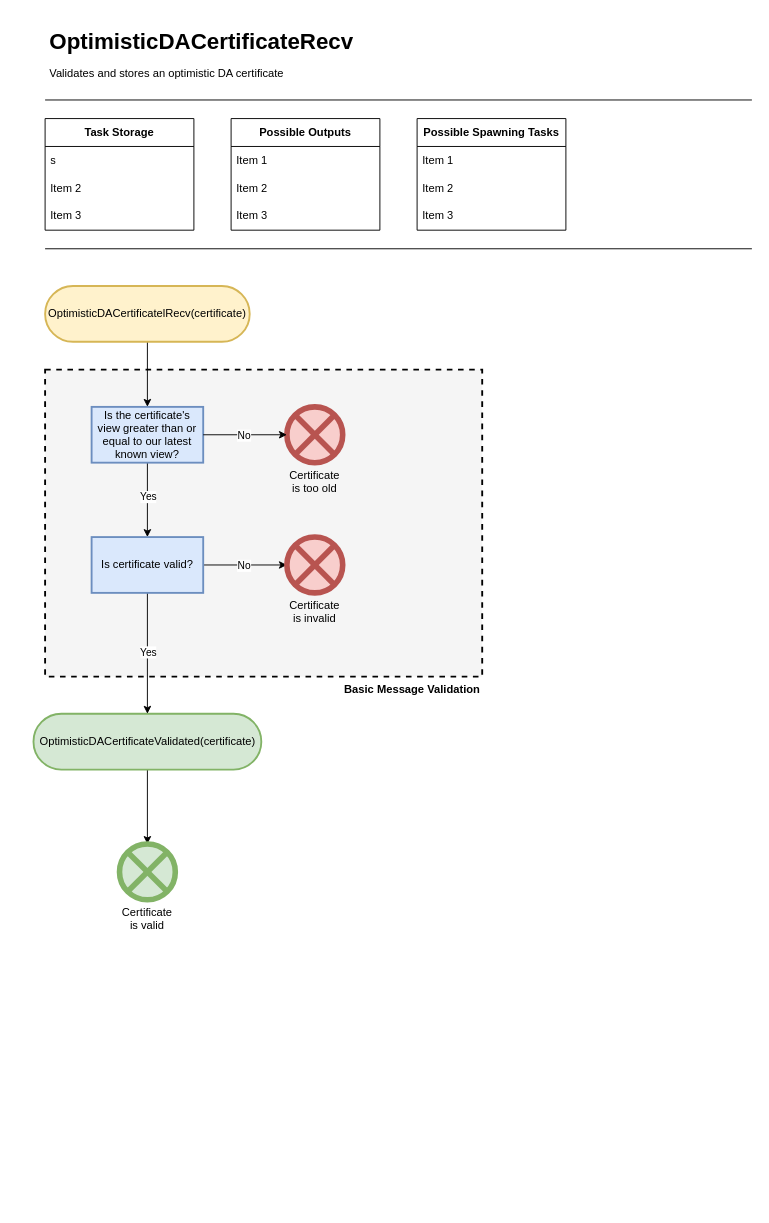
EspressoSystems/HotShot keeps this draw.io diagram as page "OptimisticDACertificateRecv" (4 of 7) of docs/diagrams/HotShotFlow.drawio. Above is the earlier version. Source tidied: cells renumbered, new cells numbered last; positions are measured from the earlier drawing's top-left corner, leaving out a move shared by most shapes. Both pictures are drawn from the tidied source at 93%, with x=0, y=0 at pixel (33, 25).
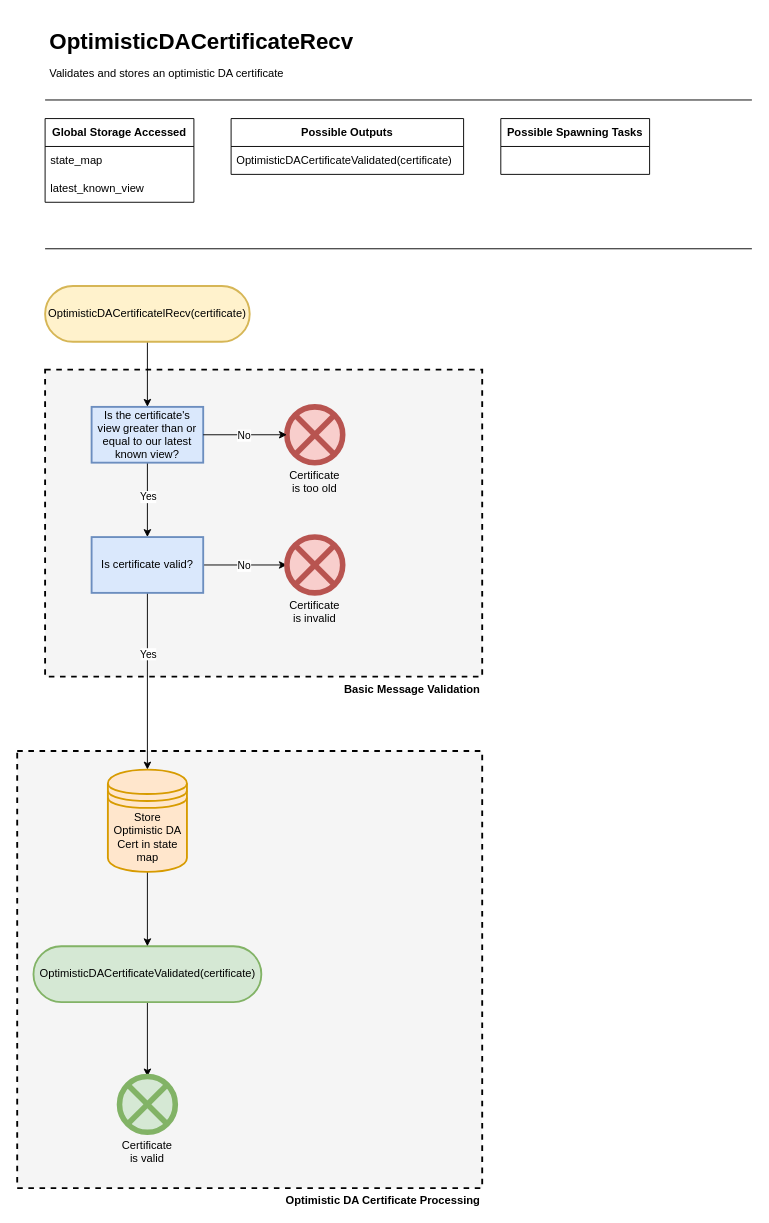
The same diagram, later.

The change refers to these unchanged cells:
```xml
<mxCell id="32" value="Is certificate valid?" style="whiteSpace=wrap;html=1;rounded=0;fillColor=#dae8fc;strokeColor=#6c8ebf;strokeWidth=2;" parent="1" vertex="1">
  <mxGeometry x="62" y="550" width="120" height="60" as="geometry" />
</mxCell>
```

Change to the diagram source:
```diff
@@
+    <mxCell id="41" value="&lt;b&gt;Optimistic DA Certificate Processing&lt;/b&gt;" style="rounded=0;whiteSpace=wrap;html=1;labelPosition=center;verticalLabelPosition=bottom;align=right;verticalAlign=top;dashed=1;strokeWidth=2;fillColor=#F5F5F5;" parent="1" vertex="1">
+      <mxGeometry x="-18" y="780" width="500" height="470" as="geometry" />
+    </mxCell>
@@
-    <mxCell id="5" value="&lt;b&gt;Task Storage&lt;/b&gt;" style="swimlane;fontStyle=0;horizontal=1;startSize=30;whiteSpace=wrap;html=1;" parent="1" vertex="1">
-      <mxGeometry x="12" y="100" width="160" height="120" as="geometry" />
+    <mxCell id="5" value="&lt;b style=&quot;border-color: var(--border-color);&quot;&gt;Global Storage Accessed&lt;/b&gt;" style="swimlane;fontStyle=0;horizontal=1;startSize=30;whiteSpace=wrap;html=1;" parent="1" vertex="1">
+      <mxGeometry x="12" y="100" width="160" height="90" as="geometry" />
     </mxCell>
-    <mxCell id="6" value="s" style="text;strokeColor=none;fillColor=none;align=left;verticalAlign=middle;spacingLeft=4;spacingRight=4;overflow=hidden;whiteSpace=wrap;html=1;" parent="5" vertex="1">
+    <mxCell id="6" value="state_map" style="text;strokeColor=none;fillColor=none;align=left;verticalAlign=middle;spacingLeft=4;spacingRight=4;overflow=hidden;whiteSpace=wrap;html=1;" parent="5" vertex="1">
       <mxGeometry y="30" width="160" height="30" as="geometry" />
     </mxCell>
-    <mxCell id="7" value="Item 2" style="text;strokeColor=none;fillColor=none;align=left;verticalAlign=middle;spacingLeft=4;spacingRight=4;overflow=hidden;whiteSpace=wrap;html=1;" parent="5" vertex="1">
+    <mxCell id="7" value="latest_known_view" style="text;strokeColor=none;fillColor=none;align=left;verticalAlign=middle;spacingLeft=4;spacingRight=4;overflow=hidden;whiteSpace=wrap;html=1;" parent="5" vertex="1">
       <mxGeometry y="60" width="160" height="30" as="geometry" />
     </mxCell>
-    <mxCell id="8" value="Item 3" style="text;strokeColor=none;fillColor=none;align=left;verticalAlign=middle;spacingLeft=4;spacingRight=4;overflow=hidden;whiteSpace=wrap;html=1;" parent="5" vertex="1">
-      <mxGeometry y="90" width="160" height="30" as="geometry" />
-    </mxCell>
     <mxCell id="9" value="&lt;b&gt;Possible Outputs&lt;/b&gt;" style="swimlane;fontStyle=0;horizontal=1;startSize=30;whiteSpace=wrap;html=1;" parent="1" vertex="1">
-      <mxGeometry x="212" y="100" width="160" height="120" as="geometry" />
+      <mxGeometry x="212" y="100" width="250" height="60" as="geometry" />
     </mxCell>
-    <mxCell id="10" value="Item 1" style="text;strokeColor=none;fillColor=none;align=left;verticalAlign=middle;spacingLeft=4;spacingRight=4;overflow=hidden;whiteSpace=wrap;html=1;" parent="9" vertex="1">
-      <mxGeometry y="30" width="160" height="30" as="geometry" />
+    <mxCell id="10" value="OptimisticDACertificateValidated(certificate)" style="text;strokeColor=none;fillColor=none;align=left;verticalAlign=middle;spacingLeft=4;spacingRight=4;overflow=hidden;whiteSpace=wrap;html=1;" parent="9" vertex="1">
+      <mxGeometry y="30" width="250" height="30" as="geometry" />
     </mxCell>
-    <mxCell id="11" value="Item 2" style="text;strokeColor=none;fillColor=none;align=left;verticalAlign=middle;spacingLeft=4;spacingRight=4;overflow=hidden;whiteSpace=wrap;html=1;" parent="9" vertex="1">
-      <mxGeometry y="60" width="160" height="30" as="geometry" />
-    </mxCell>
-    <mxCell id="12" value="Item 3" style="text;strokeColor=none;fillColor=none;align=left;verticalAlign=middle;spacingLeft=4;spacingRight=4;overflow=hidden;whiteSpace=wrap;html=1;" parent="9" vertex="1">
-      <mxGeometry y="90" width="160" height="30" as="geometry" />
-    </mxCell>
     <mxCell id="13" value="&lt;b&gt;Possible Spawning Tasks&lt;/b&gt;" style="swimlane;fontStyle=0;horizontal=1;startSize=30;whiteSpace=wrap;html=1;" parent="1" vertex="1">
-      <mxGeometry x="412" y="100" width="160" height="120" as="geometry" />
+      <mxGeometry x="502" y="100" width="160" height="60" as="geometry" />
     </mxCell>
-    <mxCell id="14" value="Item 1" style="text;strokeColor=none;fillColor=none;align=left;verticalAlign=middle;spacingLeft=4;spacingRight=4;overflow=hidden;whiteSpace=wrap;html=1;" parent="13" vertex="1">
-      <mxGeometry y="30" width="160" height="30" as="geometry" />
-    </mxCell>
-    <mxCell id="15" value="Item 2" style="text;strokeColor=none;fillColor=none;align=left;verticalAlign=middle;spacingLeft=4;spacingRight=4;overflow=hidden;whiteSpace=wrap;html=1;" parent="13" vertex="1">
-      <mxGeometry y="60" width="160" height="30" as="geometry" />
-    </mxCell>
-    <mxCell id="16" value="Item 3" style="text;strokeColor=none;fillColor=none;align=left;verticalAlign=middle;spacingLeft=4;spacingRight=4;overflow=hidden;whiteSpace=wrap;html=1;" parent="13" vertex="1">
-      <mxGeometry y="90" width="160" height="30" as="geometry" />
-    </mxCell>
@@
     <mxCell id="27" value="OptimisticDACertificateValidated(certificate)" style="whiteSpace=wrap;html=1;fillColor=#d5e8d4;strokeColor=#82b366;rounded=1;arcSize=50;strokeWidth=2;" parent="1" vertex="1">
-      <mxGeometry x="-0.5" y="740" width="245" height="60" as="geometry" />
+      <mxGeometry x="-0.5" y="990" width="245" height="60" as="geometry" />
     </mxCell>
@@
-    <mxCell id="30" style="edgeStyle=orthogonalEdgeStyle;rounded=0;jettySize=auto;html=1;entryX=0.5;entryY=0;entryDx=0;entryDy=0;" parent="1" edge="1" source="32" target="27">
-      <mxGeometry relative="1" as="geometry" />
-    </mxCell>
+    <mxCell id="42" style="edgeStyle=orthogonalEdgeStyle;rounded=0;jettySize=auto;html=1;" parent="1" edge="1" source="32" target="44">
+      <mxGeometry relative="1" as="geometry" />
+    </mxCell>
-    <mxCell id="31" value="Yes" style="edgeLabel;html=1;align=center;verticalAlign=middle;" parent="30" vertex="1">
-      <mxGeometry x="-0.03" relative="1" as="geometry" />
+    <mxCell id="31" value="Yes" style="edgeLabel;html=1;align=center;verticalAlign=middle;" parent="42" vertex="1">
+      <mxGeometry x="-0.32" relative="1" as="geometry" />
     </mxCell>
@@
     <mxCell id="40" value="Certificate is valid" style="whiteSpace=wrap;html=1;fillColor=#d5e8d4;strokeColor=#82b366;rounded=1;arcSize=50;verticalLabelPosition=bottom;verticalAlign=top;shape=mxgraph.flowchart.or;strokeWidth=6;" parent="1" vertex="1">
-      <mxGeometry x="92" y="880" width="60" height="60" as="geometry" />
+      <mxGeometry x="92" y="1130" width="60" height="60" as="geometry" />
     </mxCell>
+    <mxCell id="43" style="edgeStyle=orthogonalEdgeStyle;rounded=0;jettySize=auto;html=1;" parent="1" edge="1" source="44" target="27">
+      <mxGeometry relative="1" as="geometry" />
+    </mxCell>
+    <mxCell id="44" value="Store Optimistic DA Cert in state map" style="strokeWidth=2;html=1;shape=datastore;whiteSpace=wrap;labelPosition=center;verticalLabelPosition=middle;align=center;verticalAlign=top;fillColor=#ffe6cc;strokeColor=#d79b00;" parent="1" vertex="1">
+      <mxGeometry x="79.5" y="800" width="85" height="110" as="geometry" />
+    </mxCell>
```
